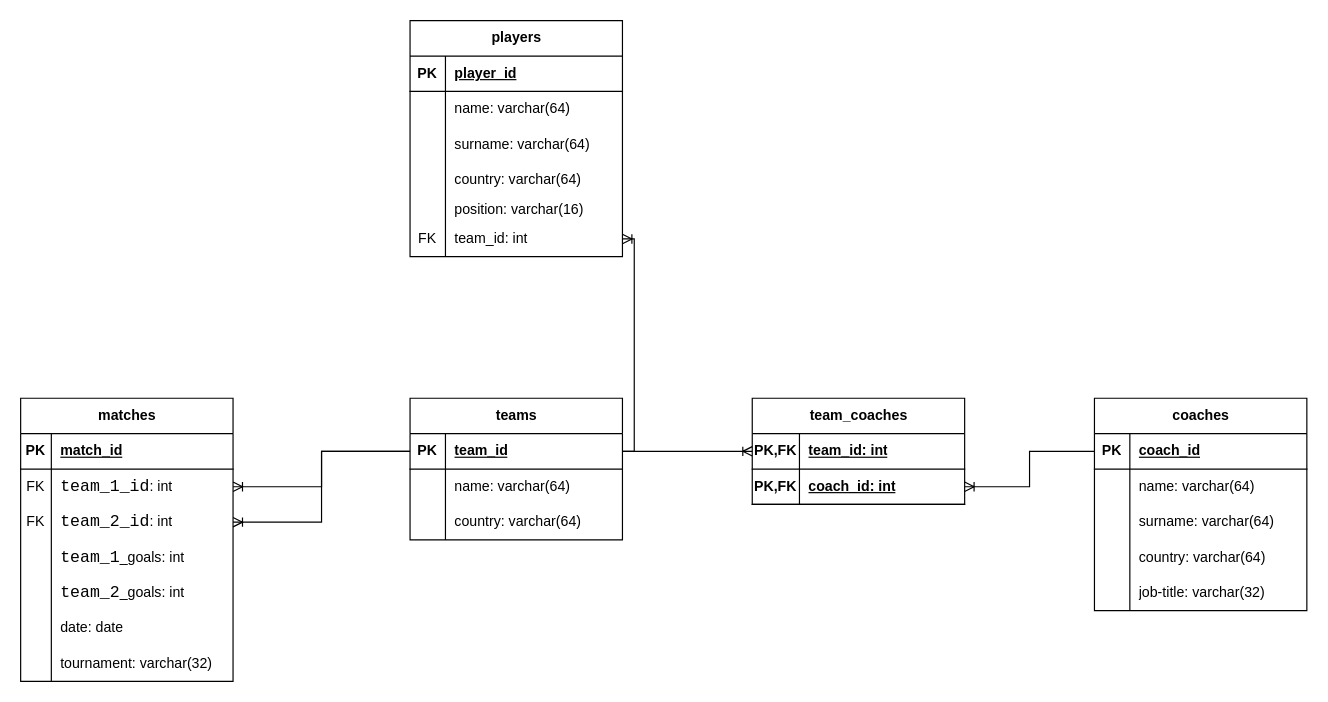
Earlier version of the draw.io diagram labBD.drawio (Zhambik/DBLab). Source tidied: cells renumbered, new cells numbered last; positions are measured from the earlier drawing's top-left corner, leaving out a move shared by most shapes. Both pictures are drawn from the tidied source at 118%, with x=0, y=0 at pixel (20, 20).
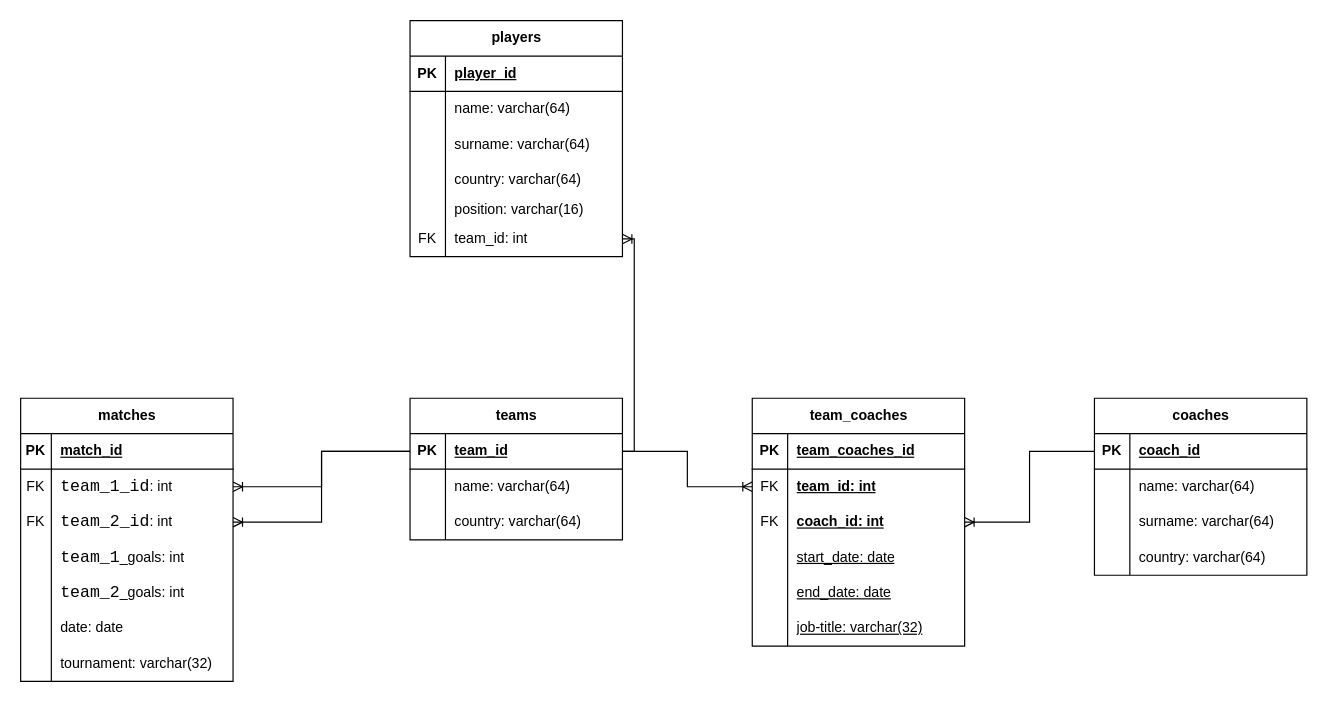
Above is the later version.

Unchanged cells that the change refers to:
```xml
<mxCell id="3" style="shape=tableRow;horizontal=0;startSize=0;swimlaneHead=0;swimlaneBody=0;fillColor=none;points=[[0,0.5],[1,0.5]];portConstraint=eastwest;top=0;left=0;right=0;bottom=1;" parent="2" vertex="1">
  <mxGeometry y="30" width="180" height="30" as="geometry" />
</mxCell>
<mxCell id="32" style="shape=tableRow;horizontal=0;startSize=0;swimlaneHead=0;swimlaneBody=0;fillColor=none;points=[[0,0.5],[1,0.5]];portConstraint=eastwest;top=0;left=0;right=0;bottom=1;" parent="31" vertex="1">
  <mxGeometry y="30" width="180" height="30" as="geometry" />
</mxCell>
```

What changed in the source:
```diff
@@
     <mxCell id="31" value="coaches" style="shape=table;startSize=30;childLayout=tableLayout;rowLines=0;fontStyle=1;align=center;html=1;" parent="1" vertex="1">
-      <mxGeometry x="910" y="320" width="180" height="180" as="geometry" />
+      <mxGeometry x="910" y="320" width="180" height="150" as="geometry" />
     </mxCell>
@@
-    <mxCell id="44" style="shape=tableRow;horizontal=0;startSize=0;swimlaneHead=0;swimlaneBody=0;fillColor=none;top=0;left=0;right=0;bottom=0;" parent="31" vertex="1">
-      <mxGeometry y="150" width="180" height="30" as="geometry" />
-    </mxCell>
-    <mxCell id="45" style="shape=partialRectangle;fillColor=none;top=0;left=0;bottom=0;right=0;overflow=hidden;whiteSpace=wrap;html=1;" parent="44" vertex="1">
-      <mxGeometry width="30" height="30" as="geometry" />
-    </mxCell>
-    <mxCell id="46" value="job-title: varchar(32)" style="shape=partialRectangle;fillColor=none;top=0;left=0;bottom=0;right=0;align=left;spacingLeft=6;overflow=hidden;whiteSpace=wrap;html=1;" parent="44" vertex="1">
-      <mxGeometry x="30" width="150" height="30" as="geometry" />
-    </mxCell>
@@
-    <mxCell id="70" value="team_coaches" style="shape=table;startSize=30;childLayout=tableLayout;rowLines=0;fontStyle=1;align=center;html=1;" parent="1" vertex="1">
-      <mxGeometry x="620" y="320" width="180" height="90" as="geometry" />
-    </mxCell>
-    <mxCell id="71" style="shape=tableRow;horizontal=0;startSize=0;swimlaneHead=0;swimlaneBody=0;fillColor=none;points=[[0,0.5],[1,0.5]];portConstraint=eastwest;top=0;left=0;right=0;bottom=1;" parent="70" vertex="1">
-      <mxGeometry y="30" width="180" height="30" as="geometry" />
-    </mxCell>
-    <mxCell id="72" value="PK,FK" style="shape=partialRectangle;fillColor=none;top=0;left=0;bottom=0;right=0;fontStyle=1;overflow=hidden;whiteSpace=wrap;html=1;" parent="71" vertex="1">
-      <mxGeometry width="40" height="30" as="geometry" />
-    </mxCell>
-    <mxCell id="73" value="team_id: int" style="shape=partialRectangle;fillColor=none;top=0;left=0;bottom=0;right=0;align=left;spacingLeft=6;fontStyle=5;overflow=hidden;whiteSpace=wrap;html=1;" parent="71" vertex="1">
-      <mxGeometry x="40" width="140" height="30" as="geometry" />
-    </mxCell>
-    <mxCell id="74" style="shape=tableRow;horizontal=0;startSize=0;swimlaneHead=0;swimlaneBody=0;fillColor=none;points=[[0,0.5],[1,0.5]];portConstraint=eastwest;top=0;left=0;right=0;bottom=1;" parent="70" vertex="1">
-      <mxGeometry y="60" width="180" height="30" as="geometry" />
-    </mxCell>
-    <mxCell id="75" value="PK,FK" style="shape=partialRectangle;fillColor=none;top=0;left=0;bottom=0;right=0;fontStyle=1;overflow=hidden;whiteSpace=wrap;html=1;" parent="74" vertex="1">
-      <mxGeometry width="40" height="30" as="geometry" />
-    </mxCell>
-    <mxCell id="76" value="coach_id: int" style="shape=partialRectangle;fillColor=none;top=0;left=0;bottom=0;right=0;align=left;spacingLeft=6;fontStyle=5;overflow=hidden;whiteSpace=wrap;html=1;" parent="74" vertex="1">
-      <mxGeometry x="40" width="140" height="30" as="geometry" />
-    </mxCell>
-    <mxCell id="77" style="edgeStyle=orthogonalEdgeStyle;fontSize=12;html=1;endArrow=ERoneToMany;rounded=0;entryX=1;entryY=0.5;entryDx=0;entryDy=0;exitX=0;exitY=0.5;exitDx=0;exitDy=0;" parent="1" edge="1" source="32" target="74">
+    <mxCell id="77" style="edgeStyle=orthogonalEdgeStyle;fontSize=12;html=1;endArrow=ERoneToMany;rounded=0;entryX=1;entryY=0.5;entryDx=0;entryDy=0;exitX=0;exitY=0.5;exitDx=0;exitDy=0;" parent="1" edge="1" source="32" target="85">
       <mxGeometry relative="1" as="geometry" />
     </mxCell>
-    <mxCell id="78" style="edgeStyle=entityRelationEdgeStyle;fontSize=12;html=1;endArrow=ERoneToMany;rounded=0;exitX=1;exitY=0.5;exitDx=0;exitDy=0;entryX=0;entryY=0.5;entryDx=0;entryDy=0;" parent="1" edge="1" source="3" target="71">
+    <mxCell id="78" style="edgeStyle=orthogonalEdgeStyle;fontSize=12;html=1;endArrow=ERoneToMany;rounded=0;exitX=1;exitY=0.5;exitDx=0;exitDy=0;entryX=0;entryY=0.5;entryDx=0;entryDy=0;" parent="1" edge="1" source="3" target="83">
       <mxGeometry relative="1" as="geometry" />
     </mxCell>
@@
+    <mxCell id="70" value="team_coaches" style="shape=table;startSize=30;childLayout=tableLayout;rowLines=0;fontStyle=1;align=center;html=1;" parent="1" vertex="1">
+      <mxGeometry x="620" y="320" width="180" height="210" as="geometry" />
+    </mxCell>
+    <mxCell id="71" style="shape=tableRow;horizontal=0;startSize=0;swimlaneHead=0;swimlaneBody=0;fillColor=none;points=[[0,0.5],[1,0.5]];portConstraint=eastwest;top=0;left=0;right=0;bottom=1;" parent="70" vertex="1">
+      <mxGeometry y="30" width="180" height="30" as="geometry" />
+    </mxCell>
+    <mxCell id="81" value="PK" style="shape=partialRectangle;fillColor=none;top=0;left=0;bottom=0;right=0;fontStyle=1;overflow=hidden;whiteSpace=wrap;html=1;" parent="71" vertex="1">
+      <mxGeometry width="30" height="30" as="geometry" />
+    </mxCell>
+    <mxCell id="82" value="team_coaches_id" style="shape=partialRectangle;fillColor=none;top=0;left=0;bottom=0;right=0;align=left;spacingLeft=6;fontStyle=5;overflow=hidden;whiteSpace=wrap;html=1;" parent="71" vertex="1">
+      <mxGeometry x="30" width="150" height="30" as="geometry" />
+    </mxCell>
+    <mxCell id="83" style="shape=tableRow;horizontal=0;startSize=0;swimlaneHead=0;swimlaneBody=0;fillColor=none;points=[[0,0.5],[1,0.5]];portConstraint=eastwest;top=0;left=0;right=0;bottom=0;" parent="70" vertex="1">
+      <mxGeometry y="60" width="180" height="30" as="geometry" />
+    </mxCell>
+    <mxCell id="84" value="FK" style="shape=partialRectangle;fillColor=none;top=0;left=0;bottom=0;right=0;overflow=hidden;whiteSpace=wrap;html=1;" parent="83" vertex="1">
+      <mxGeometry width="30" height="30" as="geometry" />
+    </mxCell>
+    <mxCell id="73" value="&lt;span style=&quot;font-weight: 700; text-decoration-line: underline;&quot;&gt;team_id: int&lt;/span&gt;" style="shape=partialRectangle;fillColor=none;top=0;left=0;bottom=0;right=0;align=left;spacingLeft=6;overflow=hidden;whiteSpace=wrap;html=1;" parent="83" vertex="1">
+      <mxGeometry x="30" width="150" height="30" as="geometry" />
+    </mxCell>
+    <mxCell id="85" style="shape=tableRow;horizontal=0;startSize=0;swimlaneHead=0;swimlaneBody=0;fillColor=none;points=[[0,0.5],[1,0.5]];portConstraint=eastwest;top=0;left=0;right=0;bottom=0;" parent="70" vertex="1">
+      <mxGeometry y="90" width="180" height="30" as="geometry" />
+    </mxCell>
+    <mxCell id="86" value="FK" style="shape=partialRectangle;fillColor=none;top=0;left=0;bottom=0;right=0;overflow=hidden;whiteSpace=wrap;html=1;" parent="85" vertex="1">
+      <mxGeometry width="30" height="30" as="geometry" />
+    </mxCell>
+    <mxCell id="76" value="&lt;span style=&quot;font-weight: 700; text-decoration-line: underline;&quot;&gt;coach_id: int&lt;/span&gt;" style="shape=partialRectangle;fillColor=none;top=0;left=0;bottom=0;right=0;align=left;spacingLeft=6;overflow=hidden;whiteSpace=wrap;html=1;" parent="85" vertex="1">
+      <mxGeometry x="30" width="150" height="30" as="geometry" />
+    </mxCell>
+    <mxCell id="87" style="shape=tableRow;horizontal=0;startSize=0;swimlaneHead=0;swimlaneBody=0;fillColor=none;top=0;left=0;right=0;bottom=0;" parent="70" vertex="1">
+      <mxGeometry y="120" width="180" height="30" as="geometry" />
+    </mxCell>
+    <mxCell id="88" style="shape=partialRectangle;fillColor=none;top=0;left=0;bottom=0;right=0;overflow=hidden;whiteSpace=wrap;html=1;" parent="87" vertex="1">
+      <mxGeometry width="30" height="30" as="geometry" />
+    </mxCell>
+    <mxCell id="89" value="&lt;span style=&quot;text-decoration-line: underline;&quot;&gt;start_date: date&lt;/span&gt;" style="shape=partialRectangle;fillColor=none;top=0;left=0;bottom=0;right=0;align=left;spacingLeft=6;overflow=hidden;whiteSpace=wrap;html=1;" parent="87" vertex="1">
+      <mxGeometry x="30" width="150" height="30" as="geometry" />
+    </mxCell>
+    <mxCell id="44" style="shape=tableRow;horizontal=0;startSize=0;swimlaneHead=0;swimlaneBody=0;fillColor=none;top=0;left=0;right=0;bottom=0;" parent="70" vertex="1">
+      <mxGeometry y="150" width="180" height="30" as="geometry" />
+    </mxCell>
+    <mxCell id="90" style="shape=partialRectangle;fillColor=none;top=0;left=0;bottom=0;right=0;overflow=hidden;whiteSpace=wrap;html=1;" parent="44" vertex="1">
+      <mxGeometry width="30" height="30" as="geometry" />
+    </mxCell>
+    <mxCell id="91" value="&lt;span style=&quot;text-decoration-line: underline;&quot;&gt;end_date: date&lt;/span&gt;" style="shape=partialRectangle;fillColor=none;top=0;left=0;bottom=0;right=0;align=left;spacingLeft=6;overflow=hidden;whiteSpace=wrap;html=1;" parent="44" vertex="1">
+      <mxGeometry x="30" width="150" height="30" as="geometry" />
+    </mxCell>
+    <mxCell id="92" style="shape=tableRow;horizontal=0;startSize=0;swimlaneHead=0;swimlaneBody=0;fillColor=none;top=0;left=0;right=0;bottom=0;" parent="70" vertex="1">
+      <mxGeometry y="180" width="180" height="30" as="geometry" />
+    </mxCell>
+    <mxCell id="93" style="shape=partialRectangle;fillColor=none;top=0;left=0;bottom=0;right=0;overflow=hidden;whiteSpace=wrap;html=1;" parent="92" vertex="1">
+      <mxGeometry width="30" height="30" as="geometry" />
+    </mxCell>
+    <mxCell id="46" value="&lt;span style=&quot;text-decoration-line: underline;&quot;&gt;job-title: varchar(32)&lt;/span&gt;" style="shape=partialRectangle;fillColor=none;top=0;left=0;bottom=0;right=0;align=left;spacingLeft=6;overflow=hidden;whiteSpace=wrap;html=1;" parent="92" vertex="1">
+      <mxGeometry x="30" width="150" height="30" as="geometry" />
+    </mxCell>
```
